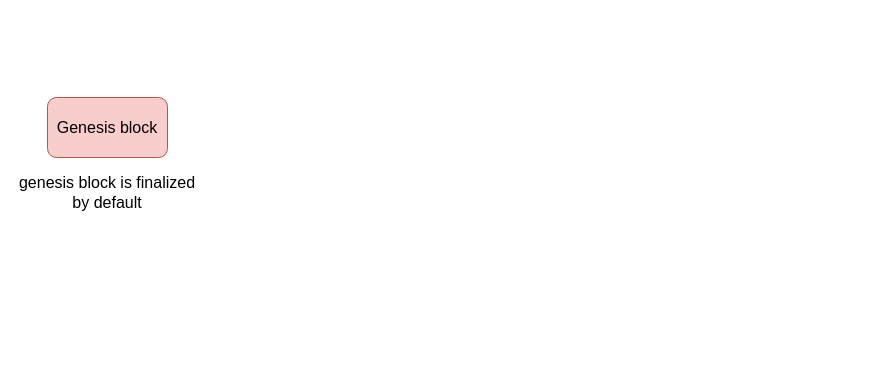
Above: ethereum-research/consensus/Casper/finality & checkpoint and fork.drawio in 0xyicheng/a-research-diagram (draw.io), before the change. Source tidied: cells renumbered, new cells numbered last; positions are measured from the earlier drawing's top-left corner, leaving out a move shared by most shapes. Both pictures are drawn from the tidied source at 100%, with x=0, y=0 at pixel (17, 97).
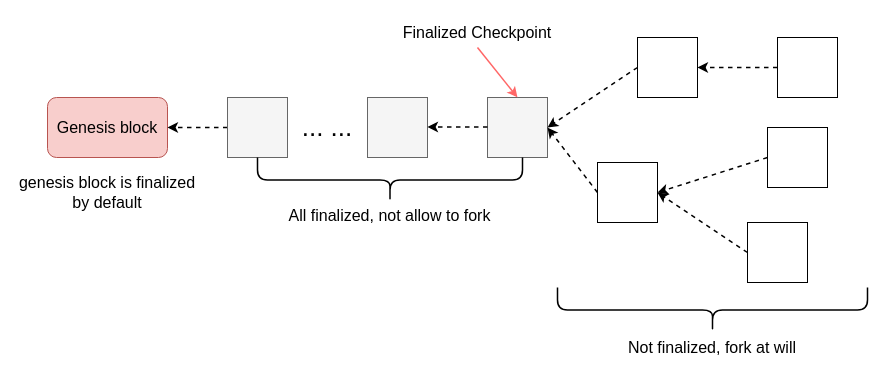
The same page after the edit.

The change refers to these unchanged cells:
```xml
<mxCell id="2" value="&lt;font style=&quot;font-size: 16px;&quot;&gt;Genesis block&lt;/font&gt;" style="rounded=1;whiteSpace=wrap;html=1;fillColor=#f8cecc;strokeColor=#b85450;" parent="1" vertex="1">
  <mxGeometry x="30" width="120" height="60" as="geometry" />
</mxCell>
```

What changed in the source:
```diff
@@
+    <mxCell id="4" style="edgeStyle=orthogonalEdgeStyle;rounded=0;jettySize=auto;html=1;strokeWidth=1.5;fontSize=16;dashed=1;" parent="1" edge="1" source="5" target="2">
+      <mxGeometry relative="1" as="geometry" />
+    </mxCell>
+    <mxCell id="5" style="whiteSpace=wrap;html=1;fontSize=16;fillColor=#f5f5f5;fontColor=#333333;strokeColor=#666666;" parent="1" vertex="1">
+      <mxGeometry x="210" width="60" height="60" as="geometry" />
+    </mxCell>
+    <mxCell id="6" style="whiteSpace=wrap;html=1;fontSize=16;fillColor=#f5f5f5;fontColor=#333333;strokeColor=#666666;" parent="1" vertex="1">
+      <mxGeometry x="350" width="60" height="60" as="geometry" />
+    </mxCell>
+    <mxCell id="7" style="whiteSpace=wrap;html=1;fontSize=16;fillColor=#f5f5f5;fontColor=#333333;strokeColor=#666666;" parent="1" vertex="1">
+      <mxGeometry x="470" width="60" height="60" as="geometry" />
+    </mxCell>
+    <mxCell id="8" style="edgeStyle=orthogonalEdgeStyle;rounded=0;orthogonalLoop=1;jettySize=auto;html=1;strokeWidth=1.5;fontSize=16;dashed=1;" parent="1" edge="1">
+      <mxGeometry relative="1" as="geometry">
+        <mxPoint x="470" y="29.5" as="sourcePoint" />
+        <mxPoint x="410" y="29.5" as="targetPoint" />
+      </mxGeometry>
+    </mxCell>
+    <mxCell id="9" value="&lt;font style=&quot;font-size: 26px;&quot;&gt;... ...&lt;/font&gt;" style="text;html=1;strokeColor=none;fillColor=none;align=center;verticalAlign=middle;whiteSpace=wrap;rounded=0;fontSize=16;" parent="1" vertex="1">
+      <mxGeometry x="280" y="15" width="60" height="30" as="geometry" />
+    </mxCell>
+    <mxCell id="10" style="shape=curlyBracket;whiteSpace=wrap;html=1;rounded=1;flipH=1;fontSize=26;rotation=90;strokeWidth=1.5;" parent="1" vertex="1">
+      <mxGeometry x="350" y="-50" width="45" height="265" as="geometry" />
+    </mxCell>
+    <mxCell id="11" value="&lt;span style=&quot;font-size: 16px;&quot;&gt;All finalized, not allow to fork&lt;/span&gt;" style="text;html=1;strokeColor=none;fillColor=none;align=center;verticalAlign=middle;whiteSpace=wrap;rounded=0;strokeWidth=1.5;fontSize=26;" parent="1" vertex="1">
+      <mxGeometry x="261.9" y="110" width="221.2" height="10" as="geometry" />
+    </mxCell>
+    <mxCell id="12" style="whiteSpace=wrap;html=1;fontSize=16;" parent="1" vertex="1">
+      <mxGeometry x="620" y="-60" width="60" height="60" as="geometry" />
+    </mxCell>
+    <mxCell id="13" style="whiteSpace=wrap;html=1;fontSize=16;" parent="1" vertex="1">
+      <mxGeometry x="580" y="65" width="60" height="60" as="geometry" />
+    </mxCell>
+    <mxCell id="14" style="whiteSpace=wrap;html=1;fontSize=16;" parent="1" vertex="1">
+      <mxGeometry x="730" y="125" width="60" height="60" as="geometry" />
+    </mxCell>
+    <mxCell id="15" style="whiteSpace=wrap;html=1;fontSize=16;" parent="1" vertex="1">
+      <mxGeometry x="750" y="30" width="60" height="60" as="geometry" />
+    </mxCell>
+    <mxCell id="16" style="whiteSpace=wrap;html=1;fontSize=16;" parent="1" vertex="1">
+      <mxGeometry x="760" y="-60" width="60" height="60" as="geometry" />
+    </mxCell>
+    <mxCell id="17" style="endArrow=classic;html=1;rounded=0;dashed=1;strokeWidth=1.5;fontSize=16;entryX=1;entryY=0.5;entryDx=0;entryDy=0;exitX=0;exitY=0.5;exitDx=0;exitDy=0;" parent="1" edge="1" source="12" target="7">
+      <mxGeometry relative="1" as="geometry" />
+    </mxCell>
+    <mxCell id="18" style="endArrow=classic;html=1;rounded=0;dashed=1;strokeWidth=1.5;fontSize=16;entryX=1;entryY=0.5;entryDx=0;entryDy=0;exitX=0;exitY=0.5;exitDx=0;exitDy=0;" parent="1" edge="1" source="13" target="7">
+      <mxGeometry relative="1" as="geometry" />
+    </mxCell>
+    <mxCell id="19" style="endArrow=classic;html=1;rounded=0;dashed=1;strokeWidth=1.5;fontSize=16;entryX=1;entryY=0.5;entryDx=0;entryDy=0;exitX=0;exitY=0.5;exitDx=0;exitDy=0;" parent="1" edge="1" source="16" target="12">
+      <mxGeometry relative="1" as="geometry" />
+    </mxCell>
+    <mxCell id="20" style="endArrow=classic;html=1;rounded=0;dashed=1;strokeWidth=1.5;fontSize=16;entryX=1;entryY=0.5;entryDx=0;entryDy=0;exitX=0;exitY=0.5;exitDx=0;exitDy=0;" parent="1" edge="1" source="15" target="13">
+      <mxGeometry relative="1" as="geometry" />
+    </mxCell>
+    <mxCell id="21" style="endArrow=classic;html=1;rounded=0;dashed=1;strokeWidth=1.5;fontSize=16;entryX=1;entryY=0.5;entryDx=0;entryDy=0;exitX=0;exitY=0.5;exitDx=0;exitDy=0;" parent="1" edge="1" source="14" target="13">
+      <mxGeometry relative="1" as="geometry" />
+    </mxCell>
+    <mxCell id="22" value="Not finalized, fork at will" style="text;html=1;strokeColor=none;fillColor=none;align=center;verticalAlign=middle;whiteSpace=wrap;rounded=0;strokeWidth=1.5;fontSize=16;" parent="1" vertex="1">
+      <mxGeometry x="585" y="230" width="220" height="40" as="geometry" />
+    </mxCell>
+    <mxCell id="23" style="shape=curlyBracket;whiteSpace=wrap;html=1;rounded=1;flipH=1;fontSize=26;rotation=90;strokeWidth=1.5;" parent="1" vertex="1">
+      <mxGeometry x="672.5" y="57.5" width="45" height="310" as="geometry" />
+    </mxCell>
+    <mxCell id="24" style="endArrow=classic;html=1;rounded=0;strokeWidth=1.5;fontSize=16;entryX=0.5;entryY=0;entryDx=0;entryDy=0;strokeColor=#FF6666;exitX=0.5;exitY=1;exitDx=0;exitDy=0;" parent="1" edge="1" source="25" target="7">
+      <mxGeometry relative="1" as="geometry" />
+    </mxCell>
+    <mxCell id="25" value="Finalized Checkpoint" style="text;html=1;strokeColor=none;fillColor=none;align=center;verticalAlign=middle;whiteSpace=wrap;rounded=0;strokeWidth=1.5;fontSize=16;" parent="1" vertex="1">
+      <mxGeometry x="370" y="-80" width="180" height="30" as="geometry" />
+    </mxCell>
```
